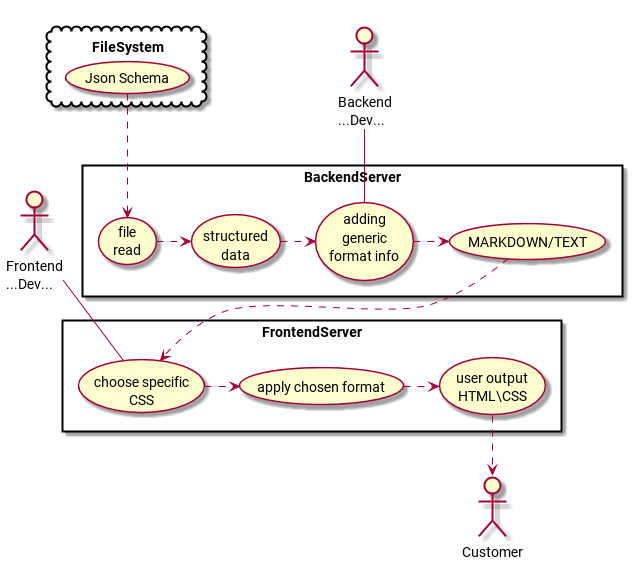
Above: images/json.png in xue2sheng/boilerplateCodeDoc (PlantUML), before the change. The source it was exported from:
```plantuml
@startuml json.png

top to bottom direction
skinparam packageStyle rectangle

actor "Frontend\n...Dev..." as FD
actor "Backend\n...Dev..." as BD
actor Customer

rectangle BackendServer {
(file\nread) .> (structured\ndata)
BD -- (adding\ngeneric\nformat info)
(structured\ndata) .> (adding\ngeneric\nformat info)
(adding\ngeneric\nformat info) .> (MARKDOWN/TEXT)
}

cloud FileSystem {
(Json Schema) .> (file\nread)
}


rectangle FrontendServer {
(MARKDOWN/TEXT) .> (choose specific\nCSS)
(user output\nHTML\CSS) .> Customer
(apply chosen format) .> (user output\nHTML\CSS)
(choose specific\nCSS) .> (apply chosen format)
FD -- (choose specific\nCSS)
}
@enduml
```
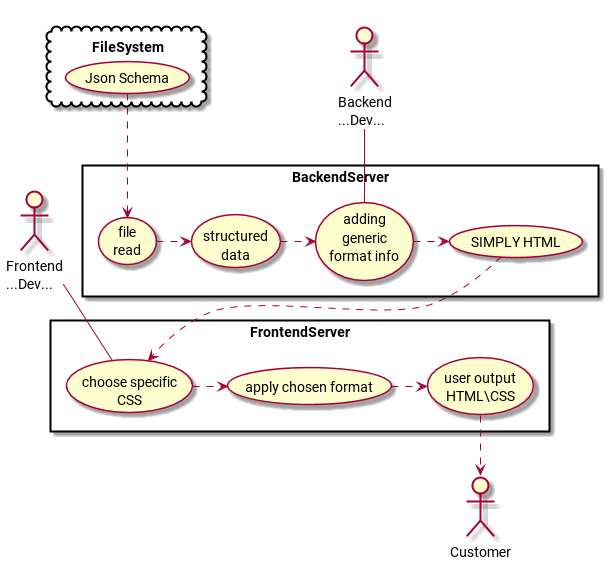
Later version of the same file.

Change to the diagram source:
```diff
@@ -11,7 +11,7 @@
 (file\nread) .> (structured\ndata)
 BD -- (adding\ngeneric\nformat info)
 (structured\ndata) .> (adding\ngeneric\nformat info)
-(adding\ngeneric\nformat info) .> (MARKDOWN/TEXT)
+(adding\ngeneric\nformat info) .> (SIMPLY HTML)
 }
 
 cloud FileSystem {
@@ -20,7 +20,7 @@
 
 
 rectangle FrontendServer {
-(MARKDOWN/TEXT) .> (choose specific\nCSS)
+(SIMPLY HTML) .> (choose specific\nCSS)
 (user output\nHTML\CSS) .> Customer
 (apply chosen format) .> (user output\nHTML\CSS)
 (choose specific\nCSS) .> (apply chosen format)
```
